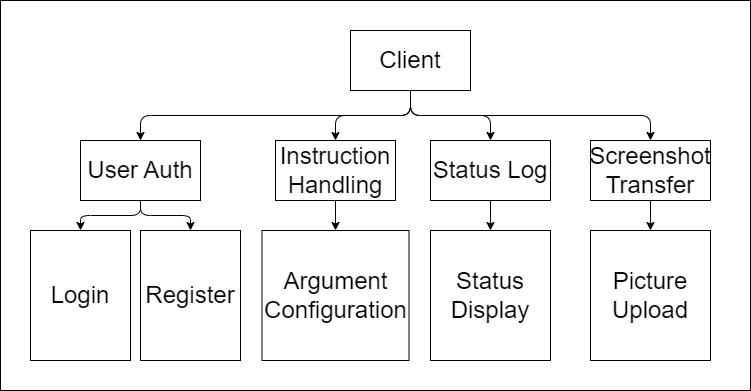
DopamineNone/eMonitorClient keeps this draw.io diagram as resources/mod.png. Above is the earlier version. Source tidied: cells renumbered, new cells last; positions are measured from the earlier drawing's top-left corner, leaving out a move shared by most shapes. Source of this version:
```xml
<mxGraphModel>
  <root>
    <mxCell id="0" />
    <mxCell id="1" parent="0" />
    <mxCell id="2" style="rounded=0;whiteSpace=wrap;html=1;fontSize=18;" parent="1" vertex="1">
      <mxGeometry width="750" height="390" as="geometry" />
    </mxCell>
    <mxCell id="3" style="edgeStyle=orthogonalEdgeStyle;html=1;exitX=0.5;exitY=1;exitDx=0;exitDy=0;entryX=0.5;entryY=0;entryDx=0;entryDy=0;fontSize=24;" parent="1" edge="1" source="7" target="10">
      <mxGeometry relative="1" as="geometry" />
    </mxCell>
    <mxCell id="4" style="edgeStyle=orthogonalEdgeStyle;html=1;exitX=0.5;exitY=1;exitDx=0;exitDy=0;entryX=0.5;entryY=0;entryDx=0;entryDy=0;fontSize=24;" parent="1" edge="1" source="7" target="12">
      <mxGeometry relative="1" as="geometry" />
    </mxCell>
    <mxCell id="5" style="edgeStyle=orthogonalEdgeStyle;html=1;exitX=0.5;exitY=1;exitDx=0;exitDy=0;entryX=0.5;entryY=0;entryDx=0;entryDy=0;fontSize=24;" parent="1" edge="1" source="7" target="17">
      <mxGeometry relative="1" as="geometry" />
    </mxCell>
    <mxCell id="6" style="edgeStyle=orthogonalEdgeStyle;html=1;exitX=0.5;exitY=1;exitDx=0;exitDy=0;entryX=0.5;entryY=0;entryDx=0;entryDy=0;fontSize=18;" parent="1" edge="1" source="7" target="19">
      <mxGeometry relative="1" as="geometry" />
    </mxCell>
    <mxCell id="7" value="Client" style="rounded=0;whiteSpace=wrap;html=1;fontSize=24;" parent="1" vertex="1">
      <mxGeometry x="350" y="30" width="120" height="60" as="geometry" />
    </mxCell>
    <mxCell id="8" style="edgeStyle=orthogonalEdgeStyle;html=1;exitX=0.5;exitY=1;exitDx=0;exitDy=0;entryX=0.5;entryY=0;entryDx=0;entryDy=0;fontSize=24;" parent="1" edge="1" source="10" target="14">
      <mxGeometry relative="1" as="geometry" />
    </mxCell>
    <mxCell id="9" style="edgeStyle=orthogonalEdgeStyle;html=1;exitX=0.5;exitY=1;exitDx=0;exitDy=0;entryX=0.5;entryY=0;entryDx=0;entryDy=0;fontSize=24;" parent="1" edge="1" source="10" target="15">
      <mxGeometry relative="1" as="geometry" />
    </mxCell>
    <mxCell id="10" value="User Auth" style="rounded=0;whiteSpace=wrap;html=1;fontSize=24;" parent="1" vertex="1">
      <mxGeometry x="80" y="140" width="120" height="60" as="geometry" />
    </mxCell>
    <mxCell id="11" style="edgeStyle=orthogonalEdgeStyle;html=1;exitX=0.5;exitY=1;exitDx=0;exitDy=0;entryX=0.5;entryY=0;entryDx=0;entryDy=0;fontSize=24;" parent="1" edge="1" source="12" target="13">
      <mxGeometry relative="1" as="geometry" />
    </mxCell>
    <mxCell id="12" value="Instruction Handling" style="rounded=0;whiteSpace=wrap;html=1;fontSize=24;" parent="1" vertex="1">
      <mxGeometry x="275" y="140" width="120" height="60" as="geometry" />
    </mxCell>
    <mxCell id="13" value="Argument Configuration" style="rounded=0;whiteSpace=wrap;html=1;fontSize=24;" parent="1" vertex="1">
      <mxGeometry x="261.5" y="230" width="147" height="130" as="geometry" />
    </mxCell>
    <mxCell id="14" value="Login" style="rounded=0;whiteSpace=wrap;html=1;fontSize=24;" parent="1" vertex="1">
      <mxGeometry x="30" y="230" width="100" height="130" as="geometry" />
    </mxCell>
    <mxCell id="15" value="Register" style="rounded=0;whiteSpace=wrap;html=1;fontSize=24;" parent="1" vertex="1">
      <mxGeometry x="140" y="230" width="100" height="130" as="geometry" />
    </mxCell>
    <mxCell id="16" style="edgeStyle=orthogonalEdgeStyle;html=1;exitX=0.5;exitY=1;exitDx=0;exitDy=0;entryX=0.5;entryY=0;entryDx=0;entryDy=0;fontSize=18;" parent="1" edge="1" source="17" target="20">
      <mxGeometry relative="1" as="geometry" />
    </mxCell>
    <mxCell id="17" value="Status Log" style="rounded=0;whiteSpace=wrap;html=1;fontSize=24;" parent="1" vertex="1">
      <mxGeometry x="430" y="140" width="120" height="60" as="geometry" />
    </mxCell>
    <mxCell id="18" style="edgeStyle=orthogonalEdgeStyle;html=1;exitX=0.5;exitY=1;exitDx=0;exitDy=0;entryX=0.5;entryY=0;entryDx=0;entryDy=0;fontSize=18;" parent="1" edge="1" source="19" target="21">
      <mxGeometry relative="1" as="geometry" />
    </mxCell>
    <mxCell id="19" value="Screenshot Transfer" style="rounded=0;whiteSpace=wrap;html=1;fontSize=24;" parent="1" vertex="1">
      <mxGeometry x="590" y="140" width="120" height="60" as="geometry" />
    </mxCell>
    <mxCell id="20" value="Status Display" style="rounded=0;whiteSpace=wrap;html=1;fontSize=24;" parent="1" vertex="1">
      <mxGeometry x="430" y="230" width="120" height="130" as="geometry" />
    </mxCell>
    <mxCell id="21" value="Picture Upload" style="rounded=0;whiteSpace=wrap;html=1;fontSize=24;" parent="1" vertex="1">
      <mxGeometry x="590" y="230" width="120" height="130" as="geometry" />
    </mxCell>
  </root>
</mxGraphModel>
```
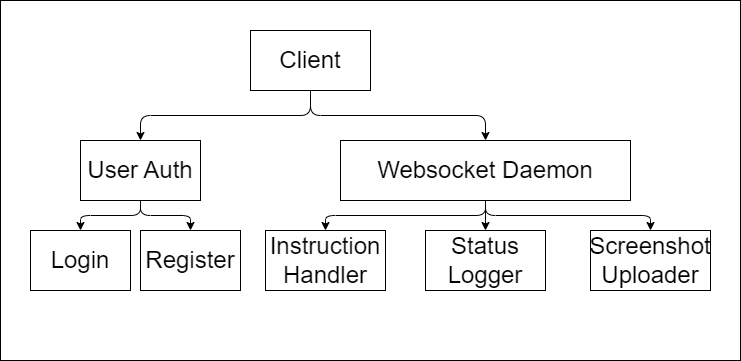
Later version of the same file.

The edit, as a diff of the source:
```diff
@@ -3,22 +3,16 @@
     <mxCell id="0" />
     <mxCell id="1" parent="0" />
     <mxCell id="2" style="rounded=0;whiteSpace=wrap;html=1;fontSize=18;" parent="1" vertex="1">
-      <mxGeometry width="750" height="390" as="geometry" />
+      <mxGeometry width="740" height="360" as="geometry" />
     </mxCell>
     <mxCell id="3" style="edgeStyle=orthogonalEdgeStyle;html=1;exitX=0.5;exitY=1;exitDx=0;exitDy=0;entryX=0.5;entryY=0;entryDx=0;entryDy=0;fontSize=24;" parent="1" edge="1" source="7" target="10">
       <mxGeometry relative="1" as="geometry" />
     </mxCell>
-    <mxCell id="4" style="edgeStyle=orthogonalEdgeStyle;html=1;exitX=0.5;exitY=1;exitDx=0;exitDy=0;entryX=0.5;entryY=0;entryDx=0;entryDy=0;fontSize=24;" parent="1" edge="1" source="7" target="12">
-      <mxGeometry relative="1" as="geometry" />
-    </mxCell>
-    <mxCell id="5" style="edgeStyle=orthogonalEdgeStyle;html=1;exitX=0.5;exitY=1;exitDx=0;exitDy=0;entryX=0.5;entryY=0;entryDx=0;entryDy=0;fontSize=24;" parent="1" edge="1" source="7" target="17">
-      <mxGeometry relative="1" as="geometry" />
-    </mxCell>
-    <mxCell id="6" style="edgeStyle=orthogonalEdgeStyle;html=1;exitX=0.5;exitY=1;exitDx=0;exitDy=0;entryX=0.5;entryY=0;entryDx=0;entryDy=0;fontSize=18;" parent="1" edge="1" source="7" target="19">
-      <mxGeometry relative="1" as="geometry" />
-    </mxCell>
+    <mxCell id="22" style="edgeStyle=orthogonalEdgeStyle;html=1;exitX=0.5;exitY=1;exitDx=0;exitDy=0;entryX=0.5;entryY=0;entryDx=0;entryDy=0;fontSize=24;" parent="1" edge="1" source="7" target="26">
+      <mxGeometry relative="1" as="geometry" />
+    </mxCell>
     <mxCell id="7" value="Client" style="rounded=0;whiteSpace=wrap;html=1;fontSize=24;" parent="1" vertex="1">
-      <mxGeometry x="350" y="30" width="120" height="60" as="geometry" />
+      <mxGeometry x="250" y="30" width="120" height="60" as="geometry" />
     </mxCell>
     <mxCell id="8" style="edgeStyle=orthogonalEdgeStyle;html=1;exitX=0.5;exitY=1;exitDx=0;exitDy=0;entryX=0.5;entryY=0;entryDx=0;entryDy=0;fontSize=24;" parent="1" edge="1" source="10" target="14">
       <mxGeometry relative="1" as="geometry" />
@@ -29,38 +23,32 @@
     <mxCell id="10" value="User Auth" style="rounded=0;whiteSpace=wrap;html=1;fontSize=24;" parent="1" vertex="1">
       <mxGeometry x="80" y="140" width="120" height="60" as="geometry" />
     </mxCell>
-    <mxCell id="11" style="edgeStyle=orthogonalEdgeStyle;html=1;exitX=0.5;exitY=1;exitDx=0;exitDy=0;entryX=0.5;entryY=0;entryDx=0;entryDy=0;fontSize=24;" parent="1" edge="1" source="12" target="13">
-      <mxGeometry relative="1" as="geometry" />
-    </mxCell>
-    <mxCell id="12" value="Instruction Handling" style="rounded=0;whiteSpace=wrap;html=1;fontSize=24;" parent="1" vertex="1">
-      <mxGeometry x="275" y="140" width="120" height="60" as="geometry" />
+    <mxCell id="12" value="Instruction Handler" style="rounded=0;whiteSpace=wrap;html=1;fontSize=24;" parent="1" vertex="1">
+      <mxGeometry x="265" y="230" width="120" height="60" as="geometry" />
     </mxCell>
-    <mxCell id="13" value="Argument Configuration" style="rounded=0;whiteSpace=wrap;html=1;fontSize=24;" parent="1" vertex="1">
-      <mxGeometry x="261.5" y="230" width="147" height="130" as="geometry" />
-    </mxCell>
     <mxCell id="14" value="Login" style="rounded=0;whiteSpace=wrap;html=1;fontSize=24;" parent="1" vertex="1">
-      <mxGeometry x="30" y="230" width="100" height="130" as="geometry" />
+      <mxGeometry x="30" y="230" width="100" height="60" as="geometry" />
     </mxCell>
     <mxCell id="15" value="Register" style="rounded=0;whiteSpace=wrap;html=1;fontSize=24;" parent="1" vertex="1">
-      <mxGeometry x="140" y="230" width="100" height="130" as="geometry" />
+      <mxGeometry x="140" y="230" width="100" height="60" as="geometry" />
     </mxCell>
-    <mxCell id="16" style="edgeStyle=orthogonalEdgeStyle;html=1;exitX=0.5;exitY=1;exitDx=0;exitDy=0;entryX=0.5;entryY=0;entryDx=0;entryDy=0;fontSize=18;" parent="1" edge="1" source="17" target="20">
-      <mxGeometry relative="1" as="geometry" />
-    </mxCell>
-    <mxCell id="17" value="Status Log" style="rounded=0;whiteSpace=wrap;html=1;fontSize=24;" parent="1" vertex="1">
-      <mxGeometry x="430" y="140" width="120" height="60" as="geometry" />
+    <mxCell id="17" value="Status Logger" style="rounded=0;whiteSpace=wrap;html=1;fontSize=24;" parent="1" vertex="1">
+      <mxGeometry x="425" y="230" width="120" height="60" as="geometry" />
     </mxCell>
-    <mxCell id="18" style="edgeStyle=orthogonalEdgeStyle;html=1;exitX=0.5;exitY=1;exitDx=0;exitDy=0;entryX=0.5;entryY=0;entryDx=0;entryDy=0;fontSize=18;" parent="1" edge="1" source="19" target="21">
-      <mxGeometry relative="1" as="geometry" />
-    </mxCell>
-    <mxCell id="19" value="Screenshot Transfer" style="rounded=0;whiteSpace=wrap;html=1;fontSize=24;" parent="1" vertex="1">
-      <mxGeometry x="590" y="140" width="120" height="60" as="geometry" />
+    <mxCell id="19" value="Screenshot Uploader" style="rounded=0;whiteSpace=wrap;html=1;fontSize=24;" parent="1" vertex="1">
+      <mxGeometry x="590" y="230" width="120" height="60" as="geometry" />
     </mxCell>
-    <mxCell id="20" value="Status Display" style="rounded=0;whiteSpace=wrap;html=1;fontSize=24;" parent="1" vertex="1">
-      <mxGeometry x="430" y="230" width="120" height="130" as="geometry" />
-    </mxCell>
-    <mxCell id="21" value="Picture Upload" style="rounded=0;whiteSpace=wrap;html=1;fontSize=24;" parent="1" vertex="1">
-      <mxGeometry x="590" y="230" width="120" height="130" as="geometry" />
-    </mxCell>
+    <mxCell id="23" style="edgeStyle=orthogonalEdgeStyle;html=1;exitX=0.5;exitY=1;exitDx=0;exitDy=0;entryX=0.5;entryY=0;entryDx=0;entryDy=0;fontSize=24;" parent="1" edge="1" source="26" target="12">
+      <mxGeometry relative="1" as="geometry" />
+    </mxCell>
+    <mxCell id="24" style="edgeStyle=orthogonalEdgeStyle;html=1;exitX=0.5;exitY=1;exitDx=0;exitDy=0;entryX=0.5;entryY=0;entryDx=0;entryDy=0;fontSize=24;" parent="1" edge="1" source="26" target="19">
+      <mxGeometry relative="1" as="geometry" />
+    </mxCell>
+    <mxCell id="25" style="edgeStyle=orthogonalEdgeStyle;html=1;exitX=0.5;exitY=1;exitDx=0;exitDy=0;entryX=0.5;entryY=0;entryDx=0;entryDy=0;fontSize=24;" parent="1" edge="1" source="26" target="17">
+      <mxGeometry relative="1" as="geometry" />
+    </mxCell>
+    <mxCell id="26" value="Websocket Daemon&lt;span style=&quot;white-space: pre;&quot;&gt;&#9;&lt;/span&gt;" style="rounded=0;whiteSpace=wrap;html=1;fontSize=24;" parent="1" vertex="1">
+      <mxGeometry x="340" y="140" width="290" height="60" as="geometry" />
+    </mxCell>
   </root>
 </mxGraphModel>
```
